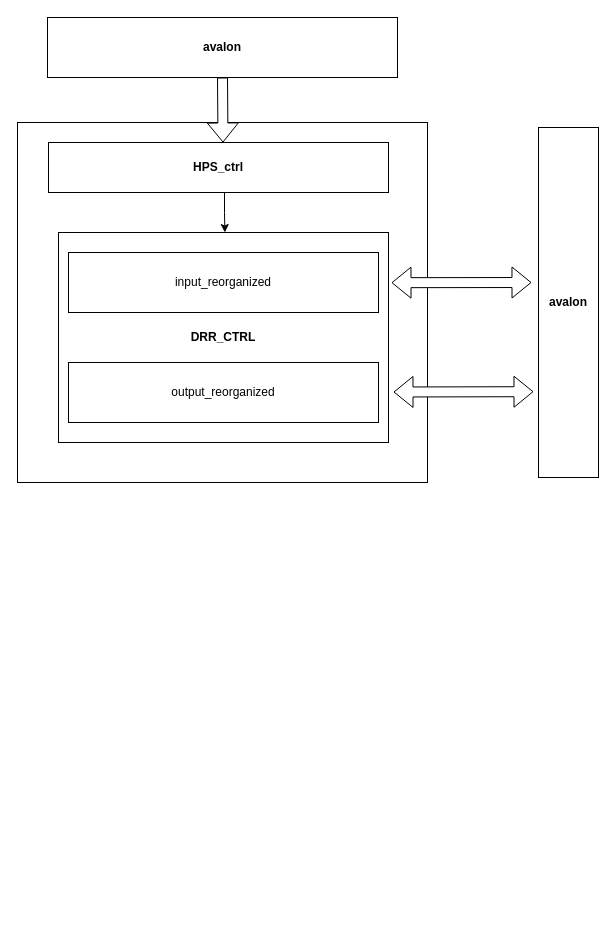
Above: 数据重排.drawio in AQii77/drawio_SAVE (draw.io), before the change. Source tidied: cells renumbered, new cells numbered last; positions are measured from the earlier drawing's top-left corner, leaving out a move shared by most shapes. Both pictures are drawn from the tidied source at 100%, with x=0, y=0 at pixel (17, 17).
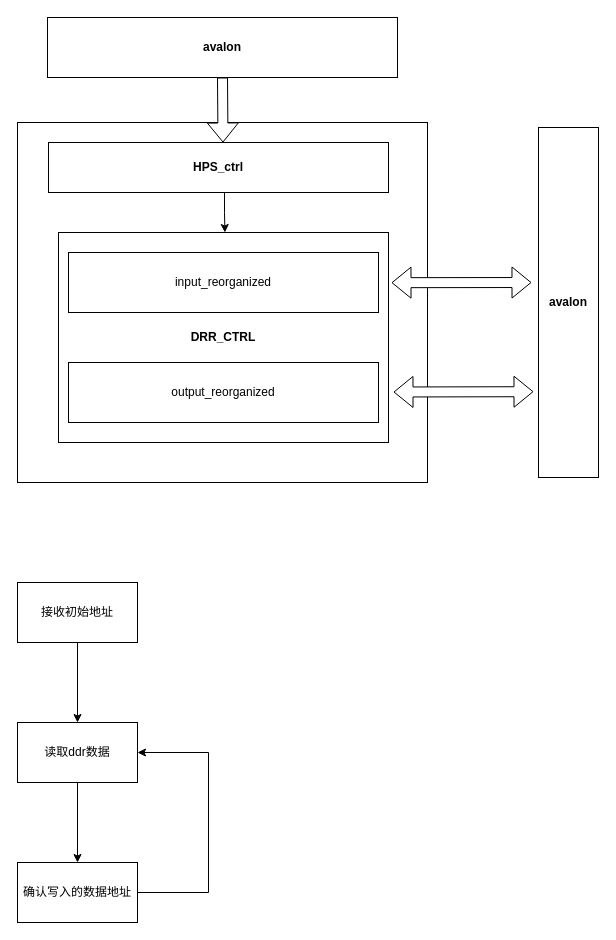
After the change.

Commit message:
更新数据重排.drawio

Change to the diagram source:
```diff
@@
+    <mxCell id="13" style="edgeStyle=orthogonalEdgeStyle;rounded=0;jettySize=auto;html=1;" parent="1" edge="1" source="14" target="16">
+      <mxGeometry relative="1" as="geometry" />
+    </mxCell>
+    <mxCell id="14" value="接收初始地址" style="rounded=0;whiteSpace=wrap;html=1;" parent="1" vertex="1">
+      <mxGeometry y="565" width="120" height="60" as="geometry" />
+    </mxCell>
+    <mxCell id="15" style="edgeStyle=orthogonalEdgeStyle;rounded=0;jettySize=auto;html=1;" parent="1" edge="1" source="16" target="18">
+      <mxGeometry relative="1" as="geometry" />
+    </mxCell>
+    <mxCell id="16" value="读取ddr数据" style="whiteSpace=wrap;html=1;rounded=0;" parent="1" vertex="1">
+      <mxGeometry y="705" width="120" height="60" as="geometry" />
+    </mxCell>
+    <mxCell id="17" style="edgeStyle=orthogonalEdgeStyle;rounded=0;jettySize=auto;html=1;exitX=1;exitY=0.5;exitDx=0;exitDy=0;entryX=1;entryY=0.5;entryDx=0;entryDy=0;" parent="1" edge="1" source="18" target="16">
+      <mxGeometry relative="1" as="geometry">
+        <Array as="points">
+          <mxPoint x="191" y="875" />
+          <mxPoint x="191" y="735" />
+        </Array>
+      </mxGeometry>
+    </mxCell>
+    <mxCell id="18" value="确认写入的数据地址" style="whiteSpace=wrap;html=1;rounded=0;" parent="1" vertex="1">
+      <mxGeometry y="845" width="120" height="60" as="geometry" />
+    </mxCell>
```
